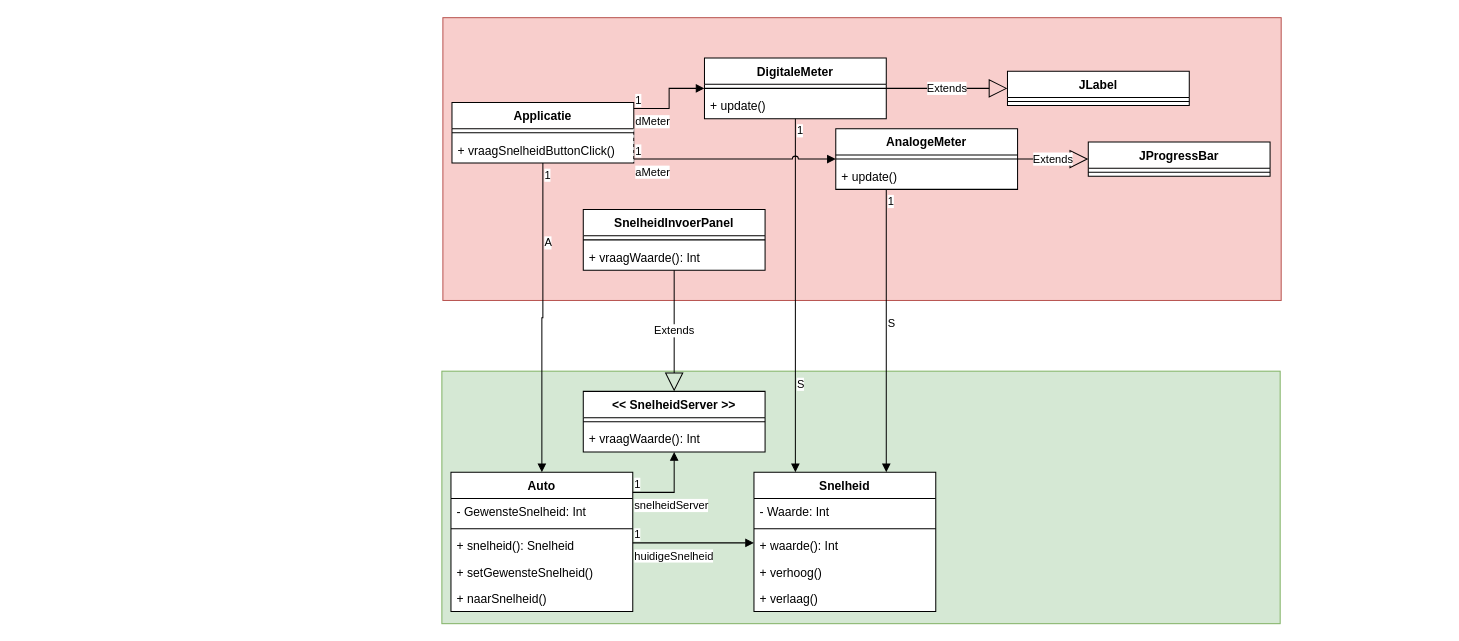
The draw.io diagram Lab1/Class Diagram.drawio in wouterdebruijn/hhs-software-architecture-and-models, before the edit. Source tidied: cells renumbered, new cells numbered last; positions are measured from the earlier drawing's top-left corner, leaving out a move shared by most shapes. Both pictures are drawn from the tidied source at 101%, with x=0, y=0 at pixel (441, 17).
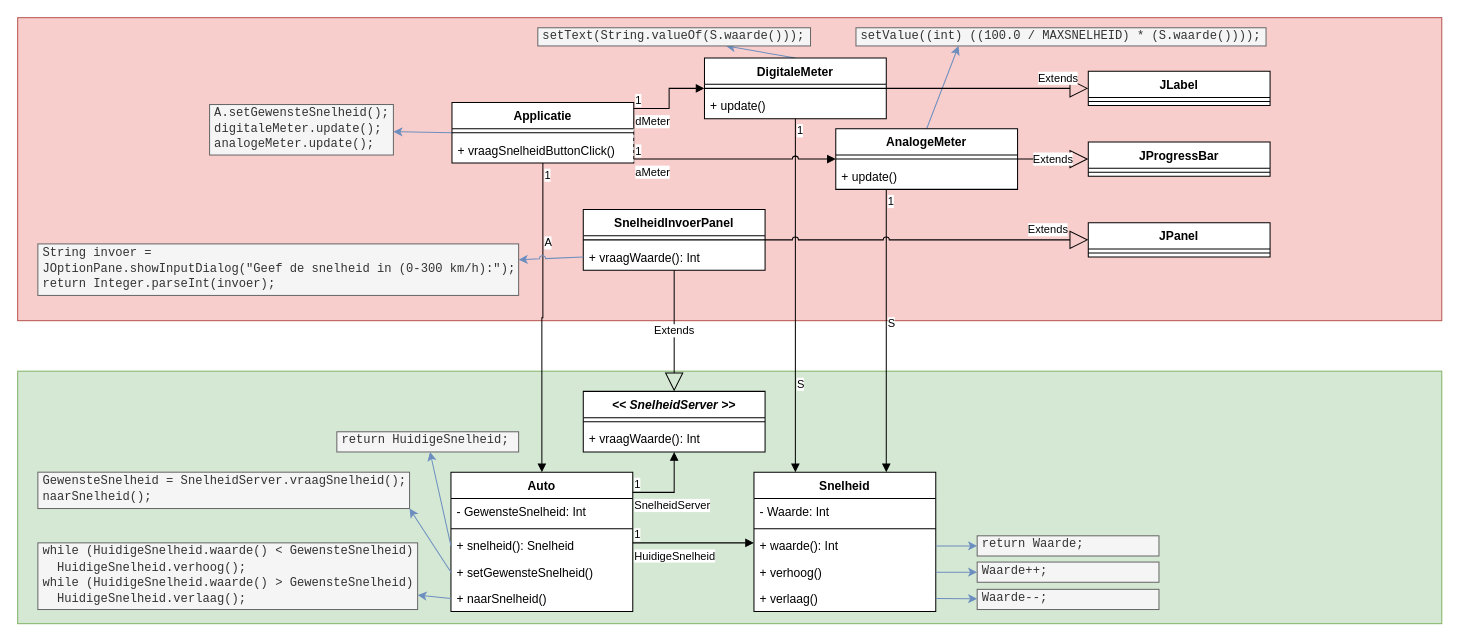
The same diagram, later.

The change refers to these unchanged cells:
```xml
<mxCell id="4" value="Applicatie" style="swimlane;fontStyle=1;align=center;verticalAlign=top;horizontal=1;startSize=26;separatorColor=#FFFFFF;fillOpacity=100;fillStyle=solid;fixDash=0;backgroundOutline=0;swimlaneLine=1;rounded=0;shadow=0;glass=0;swimlaneFillColor=default;" parent="1" vertex="1">
  <mxGeometry x="10" y="84" width="180" height="60" as="geometry" />
</mxCell>
<mxCell id="7" value="Auto" style="swimlane;fontStyle=1;align=center;verticalAlign=top;horizontal=1;startSize=26;swimlaneFillColor=default;" parent="1" vertex="1">
  <mxGeometry x="9" y="450" width="180" height="138" as="geometry" />
</mxCell>
<mxCell id="10" value="+ snelheid(): Snelheid" style="text;strokeColor=none;fillColor=none;align=left;verticalAlign=top;spacingLeft=4;spacingRight=4;overflow=hidden;points=[[0,0.5],[1,0.5]];portConstraint=eastwest;" parent="7" vertex="1">
  <mxGeometry y="60" width="180" height="26" as="geometry" />
</mxCell>
<mxCell id="11" value="+ setGewensteSnelheid()" style="text;strokeColor=none;fillColor=none;align=left;verticalAlign=top;spacingLeft=4;spacingRight=4;overflow=hidden;points=[[0,0.5],[1,0.5]];portConstraint=eastwest;" parent="7" vertex="1">
  <mxGeometry y="86" width="180" height="26" as="geometry" />
</mxCell>
<mxCell id="12" value="+ naarSnelheid()" style="text;strokeColor=none;fillColor=none;align=left;verticalAlign=top;spacingLeft=4;spacingRight=4;overflow=hidden;points=[[0,0.5],[1,0.5]];portConstraint=eastwest;" parent="7" vertex="1">
  <mxGeometry y="112" width="180" height="26" as="geometry" />
</mxCell>
<mxCell id="13" value="Snelheid" style="swimlane;fontStyle=1;align=center;verticalAlign=top;horizontal=1;startSize=26;swimlaneFillColor=default;" parent="1" vertex="1">
  <mxGeometry x="309" y="450" width="180" height="138" as="geometry" />
</mxCell>
<mxCell id="16" value="+ waarde(): Int" style="text;strokeColor=none;fillColor=none;align=left;verticalAlign=top;spacingLeft=4;spacingRight=4;overflow=hidden;points=[[0,0.5],[1,0.5]];portConstraint=eastwest;" parent="13" vertex="1">
  <mxGeometry y="60" width="180" height="26" as="geometry" />
</mxCell>
<mxCell id="17" value="+ verhoog()" style="text;strokeColor=none;fillColor=none;align=left;verticalAlign=top;spacingLeft=4;spacingRight=4;overflow=hidden;points=[[0,0.5],[1,0.5]];portConstraint=eastwest;" parent="13" vertex="1">
  <mxGeometry y="86" width="180" height="26" as="geometry" />
</mxCell>
<mxCell id="18" value="+ verlaag()" style="text;strokeColor=none;fillColor=none;align=left;verticalAlign=top;spacingLeft=4;spacingRight=4;overflow=hidden;points=[[0,0.5],[1,0.5]];portConstraint=eastwest;" parent="13" vertex="1">
  <mxGeometry y="112" width="180" height="26" as="geometry" />
</mxCell>
<mxCell id="19" value="DigitaleMeter" style="swimlane;fontStyle=1;align=center;verticalAlign=top;horizontal=1;startSize=26;swimlaneFillColor=default;" parent="1" vertex="1">
  <mxGeometry x="260" y="40" width="180" height="60" as="geometry" />
</mxCell>
<mxCell id="22" value="AnalogeMeter" style="swimlane;fontStyle=1;align=center;verticalAlign=top;horizontal=1;startSize=26;swimlaneFillColor=default;" parent="1" vertex="1">
  <mxGeometry x="390" y="110" width="180" height="60" as="geometry" />
</mxCell>
<mxCell id="48" value="SnelheidInvoerPanel" style="swimlane;fontStyle=1;align=center;verticalAlign=top;horizontal=1;startSize=26;swimlaneFillColor=default;" parent="1" vertex="1">
  <mxGeometry x="140" y="190" width="180" height="60" as="geometry" />
</mxCell>
<mxCell id="50" value="+ vraagWaarde(): Int" style="text;strokeColor=none;fillColor=none;align=left;verticalAlign=top;spacingLeft=4;spacingRight=4;overflow=hidden;points=[[0,0.5],[1,0.5]];portConstraint=eastwest;" parent="48" vertex="1">
  <mxGeometry y="34" width="180" height="26" as="geometry" />
</mxCell>
```

Change to the diagram source:
```diff
@@
     <mxCell id="2" style="rounded=0;whiteSpace=wrap;html=1;fillColor=#d5e8d4;strokeColor=#82b366;" parent="1" vertex="1">
-      <mxGeometry y="350" width="830" height="250" as="geometry" />
+      <mxGeometry x="-420" y="350" width="1410" height="250" as="geometry" />
     </mxCell>
     <mxCell id="3" style="rounded=0;whiteSpace=wrap;html=1;fillColor=#f8cecc;strokeColor=#b85450;" parent="1" vertex="1">
-      <mxGeometry x="1" width="830" height="280" as="geometry" />
+      <mxGeometry x="-420" width="1410" height="300" as="geometry" />
     </mxCell>
+    <mxCell id="52" style="edgeStyle=none;rounded=0;jumpStyle=arc;jettySize=auto;html=1;exitX=0;exitY=0.5;exitDx=0;exitDy=0;fillColor=#dae8fc;strokeColor=#6c8ebf;" parent="1" edge="1" source="4" target="58">
+      <mxGeometry relative="1" as="geometry" />
+    </mxCell>
@@
+    <mxCell id="53" style="edgeStyle=none;rounded=0;jumpStyle=arc;jettySize=auto;html=1;exitX=0.5;exitY=0;exitDx=0;exitDy=0;fillColor=#dae8fc;strokeColor=#6c8ebf;" parent="1" edge="1" source="19" target="59">
+      <mxGeometry relative="1" as="geometry" />
+    </mxCell>
@@
+    <mxCell id="54" style="rounded=0;jumpStyle=arc;jettySize=auto;html=1;exitX=0.5;exitY=0;exitDx=0;exitDy=0;entryX=0.25;entryY=1;entryDx=0;entryDy=0;fillColor=#dae8fc;strokeColor=#6c8ebf;" parent="1" edge="1" source="22" target="60">
+      <mxGeometry relative="1" as="geometry" />
+    </mxCell>
@@
     <mxCell id="25" value="JLabel" style="swimlane;fontStyle=1;align=center;verticalAlign=top;horizontal=1;startSize=26;swimlaneFillColor=default;" parent="1" vertex="1">
-      <mxGeometry x="560" y="53" width="180" height="34" as="geometry" />
+      <mxGeometry x="640" y="53" width="180" height="34" as="geometry" />
     </mxCell>
@@
     <mxCell id="35" value="Extends" style="endArrow=block;endSize=16;endFill=0;html=1;rounded=0;" parent="1" edge="1" source="19" target="25">
-      <mxGeometry relative="1" as="geometry" />
+      <mxGeometry x="0.7" y="10" relative="1" as="geometry" />
     </mxCell>
@@
-    <mxCell id="41" value="huidigeSnelheid" style="endArrow=block;endFill=1;html=1;edgeStyle=orthogonalEdgeStyle;align=left;verticalAlign=top;rounded=0;" parent="1" edge="1" source="7" target="13">
+    <mxCell id="41" value="HuidigeSnelheid" style="endArrow=block;endFill=1;html=1;edgeStyle=orthogonalEdgeStyle;align=left;verticalAlign=top;rounded=0;" parent="1" edge="1" source="7" target="13">
       <mxGeometry x="-1" relative="1" as="geometry">
         <Array as="points">
           <mxPoint x="269" y="520" />
           <mxPoint x="269" y="520" />
         </Array>
       </mxGeometry>
     </mxCell>
@@
-    <mxCell id="43" value="&lt;&lt; SnelheidServer &gt;&gt;" style="swimlane;fontStyle=1;align=center;verticalAlign=top;horizontal=1;startSize=26;swimlaneFillColor=default;" parent="1" vertex="1">
+    <mxCell id="43" value="&lt;&lt; SnelheidServer &gt;&gt;" style="swimlane;fontStyle=3;align=center;verticalAlign=top;horizontal=1;startSize=26;swimlaneFillColor=default;" parent="1" vertex="1">
       <mxGeometry x="140" y="370" width="180" height="60" as="geometry" />
     </mxCell>
@@
-    <mxCell id="46" value="snelheidServer" style="endArrow=block;endFill=1;html=1;edgeStyle=orthogonalEdgeStyle;align=left;verticalAlign=top;rounded=0;" parent="1" edge="1" source="7" target="43">
+    <mxCell id="46" value="SnelheidServer" style="endArrow=block;endFill=1;html=1;edgeStyle=orthogonalEdgeStyle;align=left;verticalAlign=top;rounded=0;" parent="1" edge="1" source="7" target="43">
       <mxGeometry x="-1" relative="1" as="geometry">
         <Array as="points">
           <mxPoint x="230" y="470" />
         </Array>
       </mxGeometry>
     </mxCell>
@@
+    <mxCell id="55" value="JPanel" style="swimlane;fontStyle=1;align=center;verticalAlign=top;horizontal=1;startSize=26;swimlaneFillColor=default;" parent="1" vertex="1">
+      <mxGeometry x="640" y="203" width="180" height="34" as="geometry" />
+    </mxCell>
+    <mxCell id="56" style="line;strokeWidth=1;fillColor=none;align=left;verticalAlign=middle;spacingTop=-1;spacingLeft=3;spacingRight=3;labelPosition=right;strokeColor=inherit;" parent="55" vertex="1">
+      <mxGeometry y="26" width="180" height="8" as="geometry" />
+    </mxCell>
+    <mxCell id="57" value="Extends" style="endArrow=block;endSize=16;endFill=0;html=1;rounded=0;jumpStyle=arc;" parent="1" edge="1" source="48" target="55">
+      <mxGeometry x="0.75" y="10" relative="1" as="geometry" />
+    </mxCell>
+    <mxCell id="58" value="&lt;pre style=&quot;line-height: 130%;&quot;&gt;A.setGewensteSnelheid();&lt;br&gt;&lt;span style=&quot;background-color: initial;&quot;&gt;digitaleMeter.update();&lt;br/&gt;&lt;/span&gt;analogeMeter.update();&lt;/pre&gt;" style="text;html=1;strokeColor=#666666;fillColor=#f5f5f5;spacing=5;spacingTop=-20;whiteSpace=wrap;overflow=hidden;rounded=0;align=left;fontColor=#333333;" parent="1" vertex="1">
+      <mxGeometry x="-230" y="86" width="182" height="50" as="geometry" />
+    </mxCell>
+    <mxCell id="59" value="&lt;pre style=&quot;line-height: 130%;&quot;&gt;setText(String.valueOf(S.waarde()));&lt;br&gt;&lt;/pre&gt;" style="text;html=1;strokeColor=#666666;fillColor=#f5f5f5;spacing=5;spacingTop=-20;whiteSpace=wrap;overflow=hidden;rounded=0;align=left;fontColor=#333333;" parent="1" vertex="1">
+      <mxGeometry x="95" y="10" width="270" height="18" as="geometry" />
+    </mxCell>
+    <mxCell id="60" value="&lt;pre style=&quot;line-height: 130%;&quot;&gt;setValue((int) ((100.0 / MAXSNELHEID) * (S.waarde())));&lt;br&gt;&lt;/pre&gt;" style="text;html=1;spacing=5;spacingTop=-20;whiteSpace=wrap;overflow=hidden;rounded=0;align=left;fillColor=#f5f5f5;fontColor=#333333;strokeColor=#666666;" parent="1" vertex="1">
+      <mxGeometry x="410" y="10" width="406" height="18" as="geometry" />
+    </mxCell>
+    <mxCell id="61" value="&lt;pre style=&quot;line-height: 130%;&quot;&gt;String invoer = &lt;br/&gt;JOptionPane.showInputDialog(&quot;Geef de snelheid in (0-300 km/h):&quot;);&lt;br&gt;return Integer.parseInt(invoer);&lt;br&gt;&lt;/pre&gt;" style="text;html=1;strokeColor=#666666;fillColor=#f5f5f5;spacing=5;spacingTop=-20;whiteSpace=wrap;overflow=hidden;rounded=0;align=left;fontColor=#333333;" parent="1" vertex="1">
+      <mxGeometry x="-400" y="224" width="476" height="51" as="geometry" />
+    </mxCell>
+    <mxCell id="62" style="edgeStyle=none;rounded=0;jumpStyle=arc;jettySize=auto;html=1;exitX=0;exitY=0.5;exitDx=0;exitDy=0;fillColor=#dae8fc;strokeColor=#6c8ebf;" parent="1" edge="1" source="50" target="61">
+      <mxGeometry relative="1" as="geometry" />
+    </mxCell>
+    <mxCell id="63" value="&lt;pre style=&quot;line-height: 130%;&quot;&gt;return HuidigeSnelheid;&lt;br&gt;&lt;/pre&gt;" style="text;html=1;strokeColor=#666666;fillColor=#f5f5f5;spacing=5;spacingTop=-20;whiteSpace=wrap;overflow=hidden;rounded=0;align=left;fontColor=#333333;" parent="1" vertex="1">
+      <mxGeometry x="-104" y="410" width="180" height="20" as="geometry" />
+    </mxCell>
+    <mxCell id="64" value="&lt;pre style=&quot;line-height: 130%;&quot;&gt;GewensteSnelheid = SnelheidServer.vraagSnelheid();&lt;br&gt;naarSnelheid();&lt;br&gt;&lt;/pre&gt;" style="text;html=1;strokeColor=#666666;fillColor=#f5f5f5;spacing=5;spacingTop=-20;whiteSpace=wrap;overflow=hidden;rounded=0;align=left;fontColor=#333333;" parent="1" vertex="1">
+      <mxGeometry x="-400" y="450" width="368" height="36" as="geometry" />
+    </mxCell>
+    <mxCell id="65" value="&lt;pre style=&quot;line-height: 130%;&quot;&gt;while (HuidigeSnelheid.waarde() &amp;lt; GewensteSnelheid)&lt;br&gt;  HuidigeSnelheid.verhoog();&lt;br&gt;while (HuidigeSnelheid.waarde() &amp;gt; GewensteSnelheid)&lt;br&gt;  HuidigeSnelheid.verlaag();&lt;br&gt;&lt;/pre&gt;" style="text;html=1;strokeColor=#666666;fillColor=#f5f5f5;spacing=5;spacingTop=-20;whiteSpace=wrap;overflow=hidden;rounded=0;align=left;fontColor=#333333;" parent="1" vertex="1">
+      <mxGeometry x="-400" y="520" width="376" height="66" as="geometry" />
+    </mxCell>
+    <mxCell id="66" style="edgeStyle=none;rounded=0;jumpStyle=arc;jettySize=auto;html=1;exitX=0;exitY=0.5;exitDx=0;exitDy=0;fillColor=#dae8fc;strokeColor=#6c8ebf;" parent="1" edge="1" source="12" target="65">
+      <mxGeometry relative="1" as="geometry" />
+    </mxCell>
+    <mxCell id="67" style="edgeStyle=none;rounded=0;jumpStyle=arc;jettySize=auto;html=1;exitX=0;exitY=0.5;exitDx=0;exitDy=0;entryX=1;entryY=1;entryDx=0;entryDy=0;fillColor=#dae8fc;strokeColor=#6c8ebf;" parent="1" edge="1" source="11" target="64">
+      <mxGeometry relative="1" as="geometry" />
+    </mxCell>
+    <mxCell id="68" style="edgeStyle=none;rounded=0;jumpStyle=arc;jettySize=auto;html=1;exitX=0;exitY=0.5;exitDx=0;exitDy=0;fillColor=#dae8fc;strokeColor=#6c8ebf;" parent="1" edge="1" source="10" target="63">
+      <mxGeometry relative="1" as="geometry" />
+    </mxCell>
+    <mxCell id="69" value="&lt;pre style=&quot;line-height: 130%;&quot;&gt;return Waarde;&lt;br&gt;&lt;/pre&gt;" style="text;html=1;strokeColor=#666666;fillColor=#f5f5f5;spacing=5;spacingTop=-20;whiteSpace=wrap;overflow=hidden;rounded=0;align=left;fontColor=#333333;" parent="1" vertex="1">
+      <mxGeometry x="530" y="513" width="180" height="20" as="geometry" />
+    </mxCell>
+    <mxCell id="70" value="&lt;pre style=&quot;line-height: 130%;&quot;&gt;Waarde++;&lt;br&gt;&lt;/pre&gt;" style="text;html=1;strokeColor=#666666;fillColor=#f5f5f5;spacing=5;spacingTop=-20;whiteSpace=wrap;overflow=hidden;rounded=0;align=left;fontColor=#333333;" parent="1" vertex="1">
+      <mxGeometry x="530" y="539" width="180" height="20" as="geometry" />
+    </mxCell>
+    <mxCell id="71" value="&lt;pre style=&quot;line-height: 130%;&quot;&gt;Waarde--;&lt;br&gt;&lt;/pre&gt;" style="text;html=1;strokeColor=#666666;fillColor=#f5f5f5;spacing=5;spacingTop=-20;whiteSpace=wrap;overflow=hidden;rounded=0;align=left;fontColor=#333333;" parent="1" vertex="1">
+      <mxGeometry x="530" y="566" width="180" height="20" as="geometry" />
+    </mxCell>
+    <mxCell id="72" style="edgeStyle=none;rounded=0;jumpStyle=arc;jettySize=auto;html=1;exitX=1;exitY=0.5;exitDx=0;exitDy=0;fillColor=#dae8fc;strokeColor=#6c8ebf;" parent="1" edge="1" source="16" target="69">
+      <mxGeometry relative="1" as="geometry" />
+    </mxCell>
+    <mxCell id="73" style="edgeStyle=none;rounded=0;jumpStyle=arc;jettySize=auto;html=1;exitX=1;exitY=0.5;exitDx=0;exitDy=0;fillColor=#dae8fc;strokeColor=#6c8ebf;" parent="1" edge="1" source="17" target="70">
+      <mxGeometry relative="1" as="geometry" />
+    </mxCell>
+    <mxCell id="74" style="edgeStyle=none;rounded=0;jumpStyle=arc;jettySize=auto;html=1;exitX=1;exitY=0.5;exitDx=0;exitDy=0;fillColor=#dae8fc;strokeColor=#6c8ebf;" parent="1" edge="1" source="18" target="71">
+      <mxGeometry relative="1" as="geometry" />
+    </mxCell>
```
